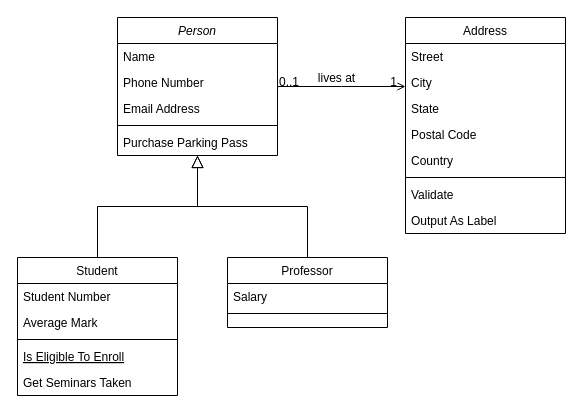
Before: OOP_Project4_UML.drawio in spacistor0408/OOP_Project4, a draw.io diagram. Source tidied: cells renumbered, new cells numbered last; positions are measured from the earlier drawing's top-left corner, leaving out a move shared by most shapes. Both pictures are drawn from the tidied source at 100%, with x=0, y=0 at pixel (17, 17).
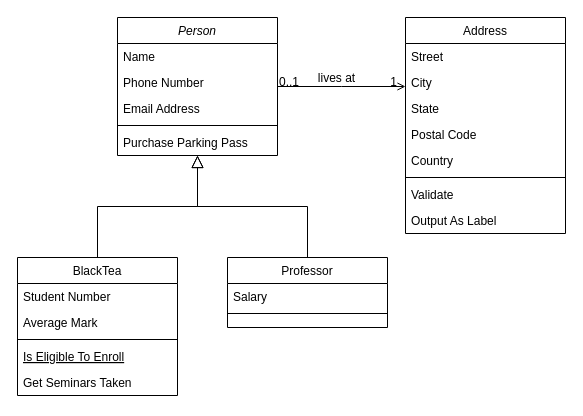
Above is the later version.

The edit, as a diff of the source:
```diff
@@
-    <mxCell id="8" value="Student" style="swimlane;fontStyle=0;align=center;verticalAlign=top;horizontal=1;startSize=26;rounded=0;shadow=0;strokeWidth=1;" parent="1" vertex="1">
+    <mxCell id="8" value="BlackTea" style="swimlane;fontStyle=0;align=center;verticalAlign=top;horizontal=1;startSize=26;rounded=0;shadow=0;strokeWidth=1;" parent="1" vertex="1">
       <mxGeometry y="240" width="160" height="138" as="geometry" />
     </mxCell>
```
